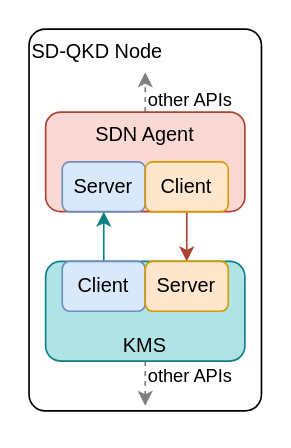
ait-crypto/kms-sdn-agent-interface-specification keeps this draw.io diagram as doc/figures/API_components.drawio. Above is the earlier version. Source tidied: cells renumbered, new cells numbered last; positions are measured from the earlier drawing's top-left corner, leaving out a move shared by most shapes. Both pictures are drawn from the tidied source at 166%, with x=0, y=0 at pixel (28, 28).
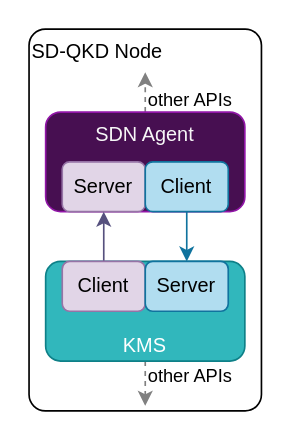
The same diagram, later.

Commit message (it also covers changes not shown here):
update colors to be consistent with other diagrams

The edit, as a diff of the source:
```diff
@@
 <mxGraphModel>
   <root>
     <mxCell id="0" />
     <mxCell id="1" parent="0" />
     <mxCell id="2" value="SD-QKD Node" style="rounded=1;whiteSpace=wrap;html=1;arcSize=7;verticalAlign=top;align=left;" parent="1" vertex="1">
       <mxGeometry width="140" height="230" as="geometry" />
     </mxCell>
     <mxCell id="3" value="other APIs" style="edgeStyle=orthogonalEdgeStyle;rounded=0;jettySize=auto;html=1;exitX=0.5;exitY=1;exitDx=0;exitDy=0;dashed=1;strokeColor=#808080;align=left;" parent="1" edge="1" source="4">
       <mxGeometry x="-0.33" relative="1" as="geometry">
         <mxPoint x="70" y="227" as="targetPoint" />
       </mxGeometry>
     </mxCell>
-    <mxCell id="4" value="KMS" style="rounded=1;whiteSpace=wrap;html=1;verticalAlign=bottom;fillColor=#b0e3e6;strokeColor=#0e8088;" parent="1" vertex="1">
+    <mxCell id="4" value="KMS" style="rounded=1;whiteSpace=wrap;html=1;verticalAlign=bottom;fillColor=#31B7BC;strokeColor=#0e8088;fontColor=#FFFFFF;" parent="1" vertex="1">
       <mxGeometry x="10" y="140" width="120" height="60" as="geometry" />
     </mxCell>
     <mxCell id="5" value="other APIs" style="edgeStyle=orthogonalEdgeStyle;rounded=0;jettySize=auto;html=1;exitX=0.5;exitY=0;exitDx=0;exitDy=0;dashed=1;strokeColor=#808080;align=left;" parent="1" edge="1" source="6">
       <mxGeometry x="-0.42" relative="1" as="geometry">
         <mxPoint x="70" y="26" as="targetPoint" />
       </mxGeometry>
     </mxCell>
-    <mxCell id="6" value="SDN Agent" style="rounded=1;whiteSpace=wrap;html=1;verticalAlign=top;fillColor=#fad9d5;strokeColor=#ae4132;" parent="1" vertex="1">
+    <mxCell id="6" value="SDN Agent" style="rounded=1;whiteSpace=wrap;html=1;verticalAlign=top;fillColor=#470F51;strokeColor=#9115A7;fontColor=#F6F6F6;" parent="1" vertex="1">
       <mxGeometry x="10" y="50" width="120" height="60" as="geometry" />
     </mxCell>
-    <mxCell id="7" value="Server" style="rounded=1;whiteSpace=wrap;html=1;fillColor=#dae8fc;strokeColor=#6c8ebf;" parent="1" vertex="1">
+    <mxCell id="7" value="Server" style="rounded=1;whiteSpace=wrap;html=1;fillColor=#e1d5e7;strokeColor=#9673a6;" parent="1" vertex="1">
       <mxGeometry x="20" y="80" width="50" height="30" as="geometry" />
     </mxCell>
-    <mxCell id="8" style="edgeStyle=orthogonalEdgeStyle;rounded=0;jettySize=auto;html=1;exitX=0.5;exitY=1;exitDx=0;exitDy=0;entryX=0.5;entryY=0;entryDx=0;entryDy=0;fillColor=#fad9d5;strokeColor=#ae4132;" parent="1" edge="1" source="9" target="12">
+    <mxCell id="8" style="edgeStyle=orthogonalEdgeStyle;rounded=0;jettySize=auto;html=1;exitX=0.5;exitY=1;exitDx=0;exitDy=0;entryX=0.5;entryY=0;entryDx=0;entryDy=0;fillColor=#b1ddf0;strokeColor=#10739e;" parent="1" edge="1" source="9" target="12">
       <mxGeometry relative="1" as="geometry" />
     </mxCell>
-    <mxCell id="9" value="Client" style="rounded=1;whiteSpace=wrap;html=1;fillColor=#ffe6cc;strokeColor=#d79b00;" parent="1" vertex="1">
+    <mxCell id="9" value="Client" style="rounded=1;whiteSpace=wrap;html=1;fillColor=#b1ddf0;strokeColor=#10739e;" parent="1" vertex="1">
       <mxGeometry x="70" y="80" width="50" height="30" as="geometry" />
     </mxCell>
-    <mxCell id="10" style="edgeStyle=orthogonalEdgeStyle;rounded=0;jettySize=auto;html=1;exitX=0.5;exitY=0;exitDx=0;exitDy=0;entryX=0.5;entryY=1;entryDx=0;entryDy=0;fillColor=#b0e3e6;strokeColor=#0e8088;" parent="1" edge="1" source="11" target="7">
+    <mxCell id="10" style="edgeStyle=orthogonalEdgeStyle;rounded=0;jettySize=auto;html=1;exitX=0.5;exitY=0;exitDx=0;exitDy=0;entryX=0.5;entryY=1;entryDx=0;entryDy=0;fillColor=#d0cee2;strokeColor=#56517e;" parent="1" edge="1" source="11" target="7">
       <mxGeometry relative="1" as="geometry" />
     </mxCell>
-    <mxCell id="11" value="Client" style="rounded=1;whiteSpace=wrap;html=1;fillColor=#dae8fc;strokeColor=#6c8ebf;" parent="1" vertex="1">
+    <mxCell id="11" value="Client" style="rounded=1;whiteSpace=wrap;html=1;fillColor=#e1d5e7;strokeColor=#9673a6;" parent="1" vertex="1">
       <mxGeometry x="20" y="140" width="50" height="30" as="geometry" />
     </mxCell>
-    <mxCell id="12" value="Server" style="rounded=1;whiteSpace=wrap;html=1;fillColor=#ffe6cc;strokeColor=#d79b00;" parent="1" vertex="1">
+    <mxCell id="12" value="Server" style="rounded=1;whiteSpace=wrap;html=1;fillColor=#b1ddf0;strokeColor=#10739e;" parent="1" vertex="1">
       <mxGeometry x="70" y="140" width="50" height="30" as="geometry" />
     </mxCell>
   </root>
 </mxGraphModel>
```
